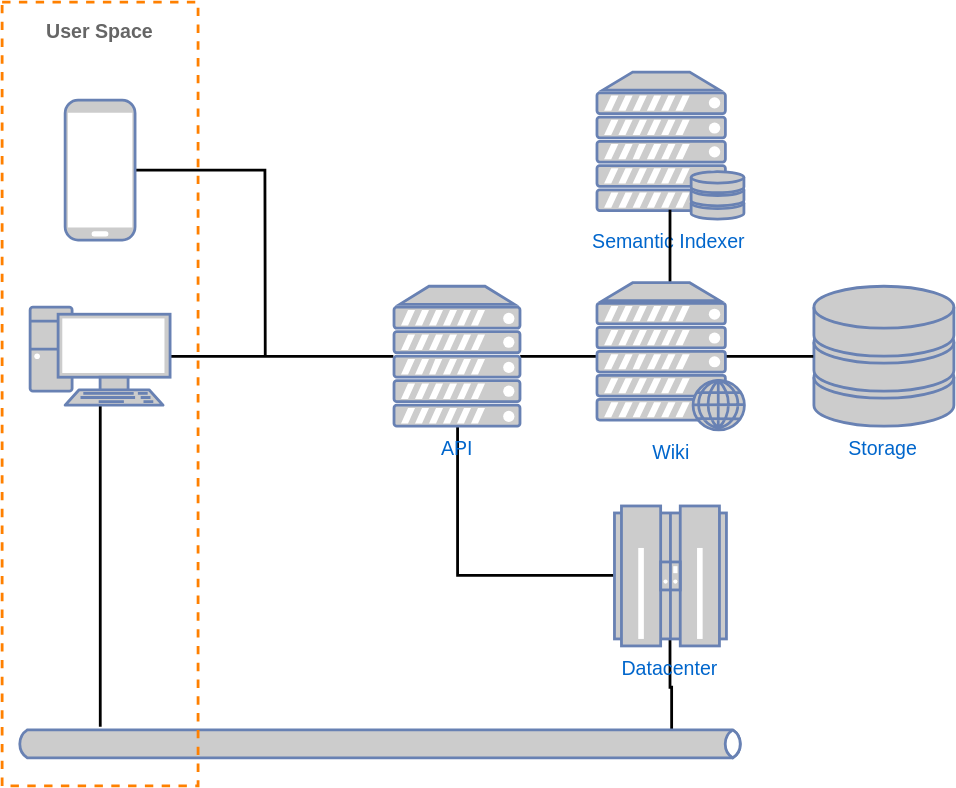
Above: images/specifications/dml-architecture.svg in funcionante/makerlab (draw.io), before the change. Source tidied: cells renumbered, new cells last; positions are measured from the earlier drawing's top-left corner, leaving out a move shared by most shapes. The source it was exported from:
```xml
<mxGraphModel background="#ffffff">
  <root>
    <mxCell id="0" />
    <mxCell id="1" parent="0" />
    <mxCell id="2" style="edgeStyle=orthogonalEdgeStyle;rounded=0;html=1;exitX=1;exitY=0.5;exitPerimeter=0;entryX=0;entryY=0.5;entryPerimeter=0;startArrow=none;startFill=0;endArrow=none;endFill=0;jettySize=auto;strokeWidth=2;fontSize=14;" parent="1" edge="1" source="4" target="11">
      <mxGeometry relative="1" as="geometry" />
    </mxCell>
    <mxCell id="3" style="edgeStyle=orthogonalEdgeStyle;rounded=0;html=1;exitX=0.5;exitY=1;exitPerimeter=0;entryX=0.115;entryY=-0.1;entryPerimeter=0;startArrow=none;startFill=0;endArrow=none;endFill=0;jettySize=auto;strokeWidth=2;fontSize=14;" parent="1" edge="1" source="4" target="17">
      <mxGeometry relative="1" as="geometry" />
    </mxCell>
    <mxCell id="4" style="fontColor=#0066CC;verticalAlign=top;verticalLabelPosition=bottom;labelPosition=center;align=center;html=1;fillColor=#CCCCCC;strokeColor=#6881B3;gradientColor=none;gradientDirection=north;strokeWidth=2;shape=mxgraph.networks.pc;fontSize=14;" parent="1" vertex="1">
      <mxGeometry x="20" y="218" width="100" height="70" as="geometry" />
    </mxCell>
    <mxCell id="5" style="edgeStyle=orthogonalEdgeStyle;rounded=0;html=1;exitX=1;exitY=0.5;exitPerimeter=0;startArrow=none;startFill=0;endArrow=none;endFill=0;jettySize=auto;strokeWidth=2;fontSize=14;" parent="1" edge="1" source="6">
      <mxGeometry relative="1" as="geometry">
        <mxPoint x="188" y="253" as="targetPoint" />
      </mxGeometry>
    </mxCell>
    <mxCell id="6" style="fontColor=#0066CC;verticalAlign=top;verticalLabelPosition=bottom;labelPosition=center;align=center;html=1;fillColor=#CCCCCC;strokeColor=#6881B3;gradientColor=none;gradientDirection=north;strokeWidth=2;shape=mxgraph.networks.mobile;fontSize=14;" parent="1" vertex="1">
      <mxGeometry x="45" y="70" width="50" height="100" as="geometry" />
    </mxCell>
    <mxCell id="7" value="&lt;font style=&quot;font-size: 14px&quot;&gt;Storage&lt;/font&gt;" style="fontColor=#0066CC;verticalAlign=top;verticalLabelPosition=bottom;labelPosition=center;align=center;html=1;fillColor=#CCCCCC;strokeColor=#6881B3;gradientColor=none;gradientDirection=north;strokeWidth=2;shape=mxgraph.networks.storage;fontSize=14;" parent="1" vertex="1">
      <mxGeometry x="580" y="203" width="100" height="100" as="geometry" />
    </mxCell>
    <mxCell id="8" value="&lt;font style=&quot;font-size: 14px&quot;&gt;Semantic Indexer&lt;/font&gt;" style="fontColor=#0066CC;verticalAlign=top;verticalLabelPosition=bottom;labelPosition=center;align=center;html=1;fillColor=#CCCCCC;strokeColor=#6881B3;gradientColor=none;gradientDirection=north;strokeWidth=2;shape=mxgraph.networks.server_storage;fontSize=14;" parent="1" vertex="1">
      <mxGeometry x="425" y="50" width="105" height="105" as="geometry" />
    </mxCell>
    <mxCell id="9" style="edgeStyle=orthogonalEdgeStyle;rounded=0;html=1;exitX=1;exitY=0.5;exitPerimeter=0;entryX=0;entryY=0.5;entryPerimeter=0;startArrow=none;startFill=0;endArrow=none;endFill=0;jettySize=auto;strokeWidth=2;fontSize=14;" parent="1" edge="1" source="11" target="14">
      <mxGeometry relative="1" as="geometry" />
    </mxCell>
    <mxCell id="10" style="edgeStyle=orthogonalEdgeStyle;rounded=0;html=1;exitX=0.5;exitY=1;exitPerimeter=0;entryX=0;entryY=0.5;entryPerimeter=0;startArrow=none;startFill=0;endArrow=none;endFill=0;jettySize=auto;strokeWidth=2;fontSize=14;" parent="1" edge="1" source="11" target="16">
      <mxGeometry relative="1" as="geometry" />
    </mxCell>
    <mxCell id="11" value="&lt;font style=&quot;font-size: 14px&quot;&gt;API&lt;/font&gt;" style="fontColor=#0066CC;verticalAlign=top;verticalLabelPosition=bottom;labelPosition=center;align=center;html=1;fillColor=#CCCCCC;strokeColor=#6881B3;gradientColor=none;gradientDirection=north;strokeWidth=2;shape=mxgraph.networks.server;fontSize=14;" parent="1" vertex="1">
      <mxGeometry x="280" y="203" width="90" height="100" as="geometry" />
    </mxCell>
    <mxCell id="12" style="edgeStyle=orthogonalEdgeStyle;rounded=0;html=1;exitX=0.88;exitY=0.5;exitPerimeter=0;entryX=0;entryY=0.5;entryPerimeter=0;startArrow=none;startFill=0;endArrow=none;endFill=0;jettySize=auto;strokeWidth=2;fontSize=14;" parent="1" edge="1" source="14" target="7">
      <mxGeometry relative="1" as="geometry" />
    </mxCell>
    <mxCell id="13" style="edgeStyle=orthogonalEdgeStyle;rounded=0;html=1;exitX=0.5;exitY=0;exitPerimeter=0;entryX=0.5;entryY=0.94;entryPerimeter=0;startArrow=none;startFill=0;endArrow=none;endFill=0;jettySize=auto;strokeWidth=2;fontSize=14;" parent="1" edge="1" source="14" target="8">
      <mxGeometry relative="1" as="geometry" />
    </mxCell>
    <mxCell id="14" value="&lt;font style=&quot;font-size: 14px&quot;&gt;Wiki&lt;/font&gt;" style="fontColor=#0066CC;verticalAlign=top;verticalLabelPosition=bottom;labelPosition=center;align=center;html=1;fillColor=#CCCCCC;strokeColor=#6881B3;gradientColor=none;gradientDirection=north;strokeWidth=2;shape=mxgraph.networks.web_server;fontSize=14;" parent="1" vertex="1">
      <mxGeometry x="425" y="200.5" width="105" height="105" as="geometry" />
    </mxCell>
    <mxCell id="15" style="edgeStyle=orthogonalEdgeStyle;rounded=0;html=1;exitX=0.5;exitY=0.95;exitPerimeter=0;entryX=0.9;entryY=0;entryPerimeter=0;startArrow=none;startFill=0;endArrow=none;endFill=0;jettySize=auto;strokeWidth=2;fontSize=14;" parent="1" edge="1" source="16" target="17">
      <mxGeometry relative="1" as="geometry" />
    </mxCell>
    <mxCell id="16" value="&lt;font style=&quot;font-size: 14px&quot;&gt;Datacenter&lt;/font&gt;" style="fontColor=#0066CC;verticalAlign=top;verticalLabelPosition=bottom;labelPosition=center;align=center;html=1;fillColor=#CCCCCC;strokeColor=#6881B3;gradientColor=none;gradientDirection=north;strokeWidth=2;shape=mxgraph.networks.mainframe;fontSize=14;" parent="1" vertex="1">
      <mxGeometry x="437.5" y="360" width="80" height="100" as="geometry" />
    </mxCell>
    <mxCell id="17" style="html=1;fillColor=#CCCCCC;strokeColor=#6881B3;gradientColor=none;gradientDirection=north;strokeWidth=2;shape=mxgraph.networks.bus;gradientColor=none;gradientDirection=north;fontColor=#ffffff;perimeter=backbonePerimeter;backboneSize=20;fontSize=14;" parent="1" vertex="1">
      <mxGeometry x="10" y="520" width="520" height="20" as="geometry" />
    </mxCell>
    <mxCell id="18" value="&lt;b&gt;&lt;font style=&quot;font-size: 14px&quot;&gt;User Space&lt;/font&gt;&lt;/b&gt;" style="text;html=1;strokeColor=none;fillColor=none;align=center;verticalAlign=middle;whiteSpace=wrap;dashed=1;fontColor=#666666;labelBorderColor=none;labelBackgroundColor=none;fontSize=14;" parent="1" vertex="1">
      <mxGeometry width="140" height="40" as="geometry" />
    </mxCell>
    <mxCell id="19" style="whiteSpace=wrap;html=1;strokeWidth=2;fillColor=none;strokeColor=#FF8000;dashed=1;fontSize=14;" parent="1" vertex="1">
      <mxGeometry width="140" height="560" as="geometry" />
    </mxCell>
  </root>
</mxGraphModel>
```
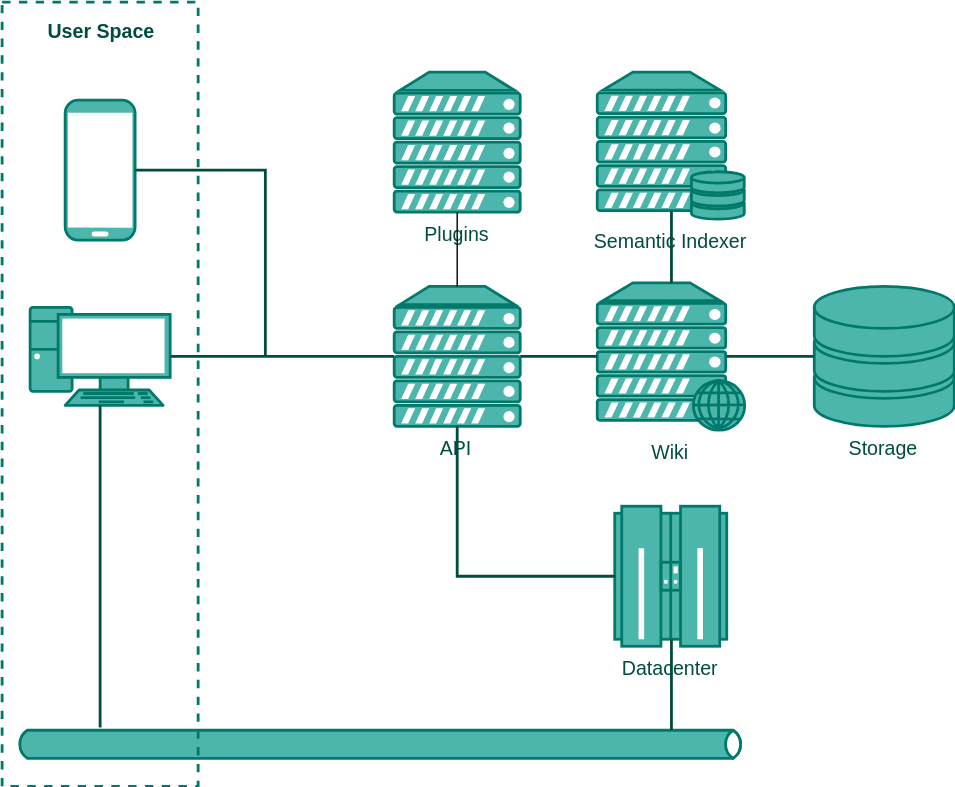
Above is the later version.

The edit, as a diff of the source:
```diff
@@ -1,62 +1,68 @@
-<mxGraphModel background="#ffffff">
+<mxGraphModel>
   <root>
     <mxCell id="0" />
     <mxCell id="1" parent="0" />
-    <mxCell id="2" style="edgeStyle=orthogonalEdgeStyle;rounded=0;html=1;exitX=1;exitY=0.5;exitPerimeter=0;entryX=0;entryY=0.5;entryPerimeter=0;startArrow=none;startFill=0;endArrow=none;endFill=0;jettySize=auto;strokeWidth=2;fontSize=14;" parent="1" edge="1" source="4" target="11">
-      <mxGeometry relative="1" as="geometry" />
-    </mxCell>
-    <mxCell id="3" style="edgeStyle=orthogonalEdgeStyle;rounded=0;html=1;exitX=0.5;exitY=1;exitPerimeter=0;entryX=0.115;entryY=-0.1;entryPerimeter=0;startArrow=none;startFill=0;endArrow=none;endFill=0;jettySize=auto;strokeWidth=2;fontSize=14;" parent="1" edge="1" source="4" target="17">
-      <mxGeometry relative="1" as="geometry" />
-    </mxCell>
-    <mxCell id="4" style="fontColor=#0066CC;verticalAlign=top;verticalLabelPosition=bottom;labelPosition=center;align=center;html=1;fillColor=#CCCCCC;strokeColor=#6881B3;gradientColor=none;gradientDirection=north;strokeWidth=2;shape=mxgraph.networks.pc;fontSize=14;" parent="1" vertex="1">
-      <mxGeometry x="20" y="218" width="100" height="70" as="geometry" />
-    </mxCell>
-    <mxCell id="5" style="edgeStyle=orthogonalEdgeStyle;rounded=0;html=1;exitX=1;exitY=0.5;exitPerimeter=0;startArrow=none;startFill=0;endArrow=none;endFill=0;jettySize=auto;strokeWidth=2;fontSize=14;" parent="1" edge="1" source="6">
-      <mxGeometry relative="1" as="geometry">
-        <mxPoint x="188" y="253" as="targetPoint" />
-      </mxGeometry>
-    </mxCell>
-    <mxCell id="6" style="fontColor=#0066CC;verticalAlign=top;verticalLabelPosition=bottom;labelPosition=center;align=center;html=1;fillColor=#CCCCCC;strokeColor=#6881B3;gradientColor=none;gradientDirection=north;strokeWidth=2;shape=mxgraph.networks.mobile;fontSize=14;" parent="1" vertex="1">
-      <mxGeometry x="45" y="70" width="50" height="100" as="geometry" />
-    </mxCell>
+    <mxCell id="20" style="fontColor=#0066CC;verticalAlign=top;verticalLabelPosition=bottom;labelPosition=center;align=center;html=1;fillColor=#4DB6AC;strokeColor=#00796B;gradientColor=none;gradientDirection=north;strokeWidth=2;shape=mxgraph.networks.pc;fontSize=14;" parent="1" vertex="1">
+      <mxGeometry x="20" y="218" width="100" height="70" as="geometry" />
+    </mxCell>
+    <mxCell id="21" style="fontColor=#0066CC;verticalAlign=top;verticalLabelPosition=bottom;labelPosition=center;align=center;html=1;fillColor=#4DB6AC;strokeColor=#00796B;gradientColor=none;gradientDirection=north;strokeWidth=2;shape=mxgraph.networks.mobile;fontSize=14;" parent="1" vertex="1">
+      <mxGeometry x="45" y="70" width="50" height="100" as="geometry" />
+    </mxCell>
-    <mxCell id="7" value="&lt;font style=&quot;font-size: 14px&quot;&gt;Storage&lt;/font&gt;" style="fontColor=#0066CC;verticalAlign=top;verticalLabelPosition=bottom;labelPosition=center;align=center;html=1;fillColor=#CCCCCC;strokeColor=#6881B3;gradientColor=none;gradientDirection=north;strokeWidth=2;shape=mxgraph.networks.storage;fontSize=14;" parent="1" vertex="1">
+    <mxCell id="7" value="&lt;font style=&quot;font-size: 14px&quot; color=&quot;#004d40&quot;&gt;Storage&lt;/font&gt;" style="fontColor=#0066CC;verticalAlign=top;verticalLabelPosition=bottom;labelPosition=center;align=center;html=1;fillColor=#4DB6AC;strokeColor=#00796B;gradientColor=none;gradientDirection=north;strokeWidth=2;shape=mxgraph.networks.storage;fontSize=14;" parent="1" vertex="1">
       <mxGeometry x="580" y="203" width="100" height="100" as="geometry" />
     </mxCell>
-    <mxCell id="8" value="&lt;font style=&quot;font-size: 14px&quot;&gt;Semantic Indexer&lt;/font&gt;" style="fontColor=#0066CC;verticalAlign=top;verticalLabelPosition=bottom;labelPosition=center;align=center;html=1;fillColor=#CCCCCC;strokeColor=#6881B3;gradientColor=none;gradientDirection=north;strokeWidth=2;shape=mxgraph.networks.server_storage;fontSize=14;" parent="1" vertex="1">
+    <mxCell id="8" value="&lt;font style=&quot;font-size: 14px&quot; color=&quot;#004d40&quot;&gt;Semantic Indexer&lt;/font&gt;" style="fontColor=#0066CC;verticalAlign=top;verticalLabelPosition=bottom;labelPosition=center;align=center;html=1;fillColor=#4DB6AC;strokeColor=#00796B;gradientColor=none;gradientDirection=north;strokeWidth=2;shape=mxgraph.networks.server_storage;fontSize=14;labelBackgroundColor=#FFFFFF;" parent="1" vertex="1">
       <mxGeometry x="425" y="50" width="105" height="105" as="geometry" />
     </mxCell>
+    <mxCell id="11" value="&lt;font style=&quot;font-size: 14px&quot; color=&quot;#004d40&quot;&gt;API&lt;/font&gt;" style="fontColor=#0066CC;verticalAlign=top;verticalLabelPosition=bottom;labelPosition=center;align=center;html=1;fillColor=#4DB6AC;strokeColor=#00796B;gradientColor=none;gradientDirection=north;strokeWidth=2;shape=mxgraph.networks.server;fontSize=14;labelBackgroundColor=#ffffff;" parent="1" vertex="1">
+      <mxGeometry x="280" y="203" width="90" height="100" as="geometry" />
+    </mxCell>
+    <mxCell id="14" value="&lt;font style=&quot;font-size: 14px&quot; color=&quot;#004d40&quot;&gt;Wiki&lt;/font&gt;" style="fontColor=#0066CC;verticalAlign=top;verticalLabelPosition=bottom;labelPosition=center;align=center;html=1;fillColor=#4DB6AC;strokeColor=#00796B;gradientColor=none;gradientDirection=north;strokeWidth=2;shape=mxgraph.networks.web_server;fontSize=14;" parent="1" vertex="1">
+      <mxGeometry x="425" y="200.5" width="105" height="105" as="geometry" />
+    </mxCell>
+    <mxCell id="16" value="&lt;font style=&quot;font-size: 14px&quot; color=&quot;#004d40&quot;&gt;Datacenter&lt;/font&gt;" style="fontColor=#0066CC;verticalAlign=top;verticalLabelPosition=bottom;labelPosition=center;align=center;html=1;fillColor=#4DB6AC;strokeColor=#00796B;gradientColor=none;gradientDirection=north;strokeWidth=2;shape=mxgraph.networks.mainframe;fontSize=14;labelBackgroundColor=#ffffff;" parent="1" vertex="1">
+      <mxGeometry x="437.5" y="360" width="80" height="100" as="geometry" />
+    </mxCell>
-    <mxCell id="9" style="edgeStyle=orthogonalEdgeStyle;rounded=0;html=1;exitX=1;exitY=0.5;exitPerimeter=0;entryX=0;entryY=0.5;entryPerimeter=0;startArrow=none;startFill=0;endArrow=none;endFill=0;jettySize=auto;strokeWidth=2;fontSize=14;" parent="1" edge="1" source="11" target="14">
+    <mxCell id="9" style="edgeStyle=orthogonalEdgeStyle;rounded=0;html=1;exitX=1;exitY=0.5;exitPerimeter=0;entryX=0;entryY=0.5;entryPerimeter=0;startArrow=none;startFill=0;endArrow=none;endFill=0;jettySize=auto;strokeWidth=2;fontSize=14;strokeColor=#004D40;" parent="1" edge="1" source="11" target="14">
       <mxGeometry relative="1" as="geometry" />
     </mxCell>
-    <mxCell id="10" style="edgeStyle=orthogonalEdgeStyle;rounded=0;html=1;exitX=0.5;exitY=1;exitPerimeter=0;entryX=0;entryY=0.5;entryPerimeter=0;startArrow=none;startFill=0;endArrow=none;endFill=0;jettySize=auto;strokeWidth=2;fontSize=14;" parent="1" edge="1" source="11" target="16">
-      <mxGeometry relative="1" as="geometry" />
-    </mxCell>
-    <mxCell id="11" value="&lt;font style=&quot;font-size: 14px&quot;&gt;API&lt;/font&gt;" style="fontColor=#0066CC;verticalAlign=top;verticalLabelPosition=bottom;labelPosition=center;align=center;html=1;fillColor=#CCCCCC;strokeColor=#6881B3;gradientColor=none;gradientDirection=north;strokeWidth=2;shape=mxgraph.networks.server;fontSize=14;" parent="1" vertex="1">
-      <mxGeometry x="280" y="203" width="90" height="100" as="geometry" />
-    </mxCell>
-    <mxCell id="12" style="edgeStyle=orthogonalEdgeStyle;rounded=0;html=1;exitX=0.88;exitY=0.5;exitPerimeter=0;entryX=0;entryY=0.5;entryPerimeter=0;startArrow=none;startFill=0;endArrow=none;endFill=0;jettySize=auto;strokeWidth=2;fontSize=14;" parent="1" edge="1" source="14" target="7">
+    <mxCell id="12" style="edgeStyle=orthogonalEdgeStyle;rounded=0;html=1;exitX=0.88;exitY=0.5;exitPerimeter=0;entryX=0;entryY=0.5;entryPerimeter=0;startArrow=none;startFill=0;endArrow=none;endFill=0;jettySize=auto;strokeWidth=2;fontSize=14;strokeColor=#004D40;" parent="1" edge="1" source="14" target="7">
       <mxGeometry relative="1" as="geometry" />
     </mxCell>
-    <mxCell id="13" style="edgeStyle=orthogonalEdgeStyle;rounded=0;html=1;exitX=0.5;exitY=0;exitPerimeter=0;entryX=0.5;entryY=0.94;entryPerimeter=0;startArrow=none;startFill=0;endArrow=none;endFill=0;jettySize=auto;strokeWidth=2;fontSize=14;" parent="1" edge="1" source="14" target="8">
+    <mxCell id="13" style="edgeStyle=orthogonalEdgeStyle;rounded=0;html=1;exitX=0.5;exitY=0;exitPerimeter=0;entryX=0.5;entryY=0.94;entryPerimeter=0;startArrow=none;startFill=0;endArrow=none;endFill=0;jettySize=auto;strokeWidth=2;fontSize=14;strokeColor=#004D40;" parent="1" edge="1" source="14" target="8">
       <mxGeometry relative="1" as="geometry" />
     </mxCell>
-    <mxCell id="14" value="&lt;font style=&quot;font-size: 14px&quot;&gt;Wiki&lt;/font&gt;" style="fontColor=#0066CC;verticalAlign=top;verticalLabelPosition=bottom;labelPosition=center;align=center;html=1;fillColor=#CCCCCC;strokeColor=#6881B3;gradientColor=none;gradientDirection=north;strokeWidth=2;shape=mxgraph.networks.web_server;fontSize=14;" parent="1" vertex="1">
-      <mxGeometry x="425" y="200.5" width="105" height="105" as="geometry" />
-    </mxCell>
-    <mxCell id="15" style="edgeStyle=orthogonalEdgeStyle;rounded=0;html=1;exitX=0.5;exitY=0.95;exitPerimeter=0;entryX=0.9;entryY=0;entryPerimeter=0;startArrow=none;startFill=0;endArrow=none;endFill=0;jettySize=auto;strokeWidth=2;fontSize=14;" parent="1" edge="1" source="16" target="17">
-      <mxGeometry relative="1" as="geometry" />
-    </mxCell>
-    <mxCell id="16" value="&lt;font style=&quot;font-size: 14px&quot;&gt;Datacenter&lt;/font&gt;" style="fontColor=#0066CC;verticalAlign=top;verticalLabelPosition=bottom;labelPosition=center;align=center;html=1;fillColor=#CCCCCC;strokeColor=#6881B3;gradientColor=none;gradientDirection=north;strokeWidth=2;shape=mxgraph.networks.mainframe;fontSize=14;" parent="1" vertex="1">
-      <mxGeometry x="437.5" y="360" width="80" height="100" as="geometry" />
-    </mxCell>
-    <mxCell id="17" style="html=1;fillColor=#CCCCCC;strokeColor=#6881B3;gradientColor=none;gradientDirection=north;strokeWidth=2;shape=mxgraph.networks.bus;gradientColor=none;gradientDirection=north;fontColor=#ffffff;perimeter=backbonePerimeter;backboneSize=20;fontSize=14;" parent="1" vertex="1">
-      <mxGeometry x="10" y="520" width="520" height="20" as="geometry" />
-    </mxCell>
+    <mxCell id="10" style="edgeStyle=orthogonalEdgeStyle;rounded=0;html=1;exitX=0.5;exitY=1;exitPerimeter=0;entryX=0;entryY=0.5;entryPerimeter=0;startArrow=none;startFill=0;endArrow=none;endFill=0;jettySize=auto;strokeWidth=2;fontSize=14;strokeColor=#004D40;" parent="1" edge="1" source="11" target="16">
+      <mxGeometry relative="1" as="geometry" />
+    </mxCell>
+    <mxCell id="22" style="html=1;fillColor=#4DB6AC;strokeColor=#00796B;gradientColor=none;gradientDirection=north;strokeWidth=2;shape=mxgraph.networks.bus;gradientColor=none;gradientDirection=north;fontColor=#0066CC;perimeter=backbonePerimeter;backboneSize=20;fontSize=14;verticalAlign=top;" parent="1" vertex="1">
+      <mxGeometry x="10" y="520" width="520" height="20" as="geometry" />
+    </mxCell>
+    <mxCell id="23" style="edgeStyle=orthogonalEdgeStyle;rounded=0;html=1;exitX=1;exitY=0.5;exitPerimeter=0;startArrow=none;startFill=0;endArrow=none;endFill=0;jettySize=auto;strokeWidth=2;fontSize=14;strokeColor=#004D40;" parent="1" edge="1" source="21">
+      <mxGeometry relative="1" as="geometry">
+        <mxPoint x="188" y="253" as="targetPoint" />
+      </mxGeometry>
+    </mxCell>
+    <mxCell id="24" style="edgeStyle=orthogonalEdgeStyle;rounded=0;html=1;exitX=1;exitY=0.5;exitPerimeter=0;entryX=0;entryY=0.5;entryPerimeter=0;startArrow=none;startFill=0;endArrow=none;endFill=0;jettySize=auto;strokeWidth=2;fontSize=14;strokeColor=#004D40;" parent="1" edge="1" source="20" target="11">
+      <mxGeometry relative="1" as="geometry" />
+    </mxCell>
+    <mxCell id="25" style="edgeStyle=orthogonalEdgeStyle;rounded=0;html=1;exitX=0.5;exitY=1;exitPerimeter=0;entryX=0.115;entryY=-0.1;entryPerimeter=0;startArrow=none;startFill=0;endArrow=none;endFill=0;jettySize=auto;strokeWidth=2;fontSize=14;strokeColor=#004D40;" parent="1" edge="1" source="20" target="22">
+      <mxGeometry relative="1" as="geometry" />
+    </mxCell>
+    <mxCell id="26" style="edgeStyle=orthogonalEdgeStyle;rounded=0;html=1;exitX=0.5;exitY=0.95;exitPerimeter=0;entryX=0.9;entryY=0;entryPerimeter=0;startArrow=none;startFill=0;endArrow=none;endFill=0;jettySize=auto;strokeWidth=2;fontSize=14;strokeColor=#004D40;" parent="1" edge="1" source="16" target="22">
+      <mxGeometry relative="1" as="geometry" />
+    </mxCell>
+    <mxCell id="27" style="whiteSpace=wrap;html=1;strokeWidth=2;fillColor=none;strokeColor=#00796B;dashed=1;fontSize=14;" parent="1" vertex="1">
+      <mxGeometry width="140" height="560" as="geometry" />
+    </mxCell>
-    <mxCell id="18" value="&lt;b&gt;&lt;font style=&quot;font-size: 14px&quot;&gt;User Space&lt;/font&gt;&lt;/b&gt;" style="text;html=1;strokeColor=none;fillColor=none;align=center;verticalAlign=middle;whiteSpace=wrap;dashed=1;fontColor=#666666;labelBorderColor=none;labelBackgroundColor=none;fontSize=14;" parent="1" vertex="1">
+    <mxCell id="18" value="&lt;b&gt;&lt;font style=&quot;font-size: 14px&quot; color=&quot;#004d40&quot;&gt;User Space&lt;/font&gt;&lt;/b&gt;" style="text;html=1;strokeColor=none;fillColor=none;align=center;verticalAlign=middle;whiteSpace=wrap;dashed=1;fontColor=#666666;labelBorderColor=none;labelBackgroundColor=none;fontSize=14;" parent="1" vertex="1">
       <mxGeometry width="140" height="40" as="geometry" />
     </mxCell>
-    <mxCell id="19" style="whiteSpace=wrap;html=1;strokeWidth=2;fillColor=none;strokeColor=#FF8000;dashed=1;fontSize=14;" parent="1" vertex="1">
-      <mxGeometry width="140" height="560" as="geometry" />
-    </mxCell>
+    <mxCell id="28" value="&lt;font style=&quot;font-size: 14px&quot; color=&quot;#004d40&quot;&gt;Plugins&lt;/font&gt;" style="fontColor=#0066CC;verticalAlign=top;verticalLabelPosition=bottom;labelPosition=center;align=center;html=1;fillColor=#4DB6AC;strokeColor=#00796B;gradientColor=none;gradientDirection=north;strokeWidth=2;shape=mxgraph.networks.server;fontSize=14;labelBackgroundColor=#FFFFFF;labelBorderColor=none;" parent="1" vertex="1">
+      <mxGeometry x="280" y="50" width="90" height="100" as="geometry" />
+    </mxCell>
+    <mxCell id="29" style="edgeStyle=orthogonalEdgeStyle;rounded=0;html=1;jettySize=auto;fontColor=#0066CC;endArrow=none;endFill=0;" parent="1" edge="1" source="28" target="11">
+      <mxGeometry relative="1" as="geometry" />
+    </mxCell>
   </root>
 </mxGraphModel>
```
